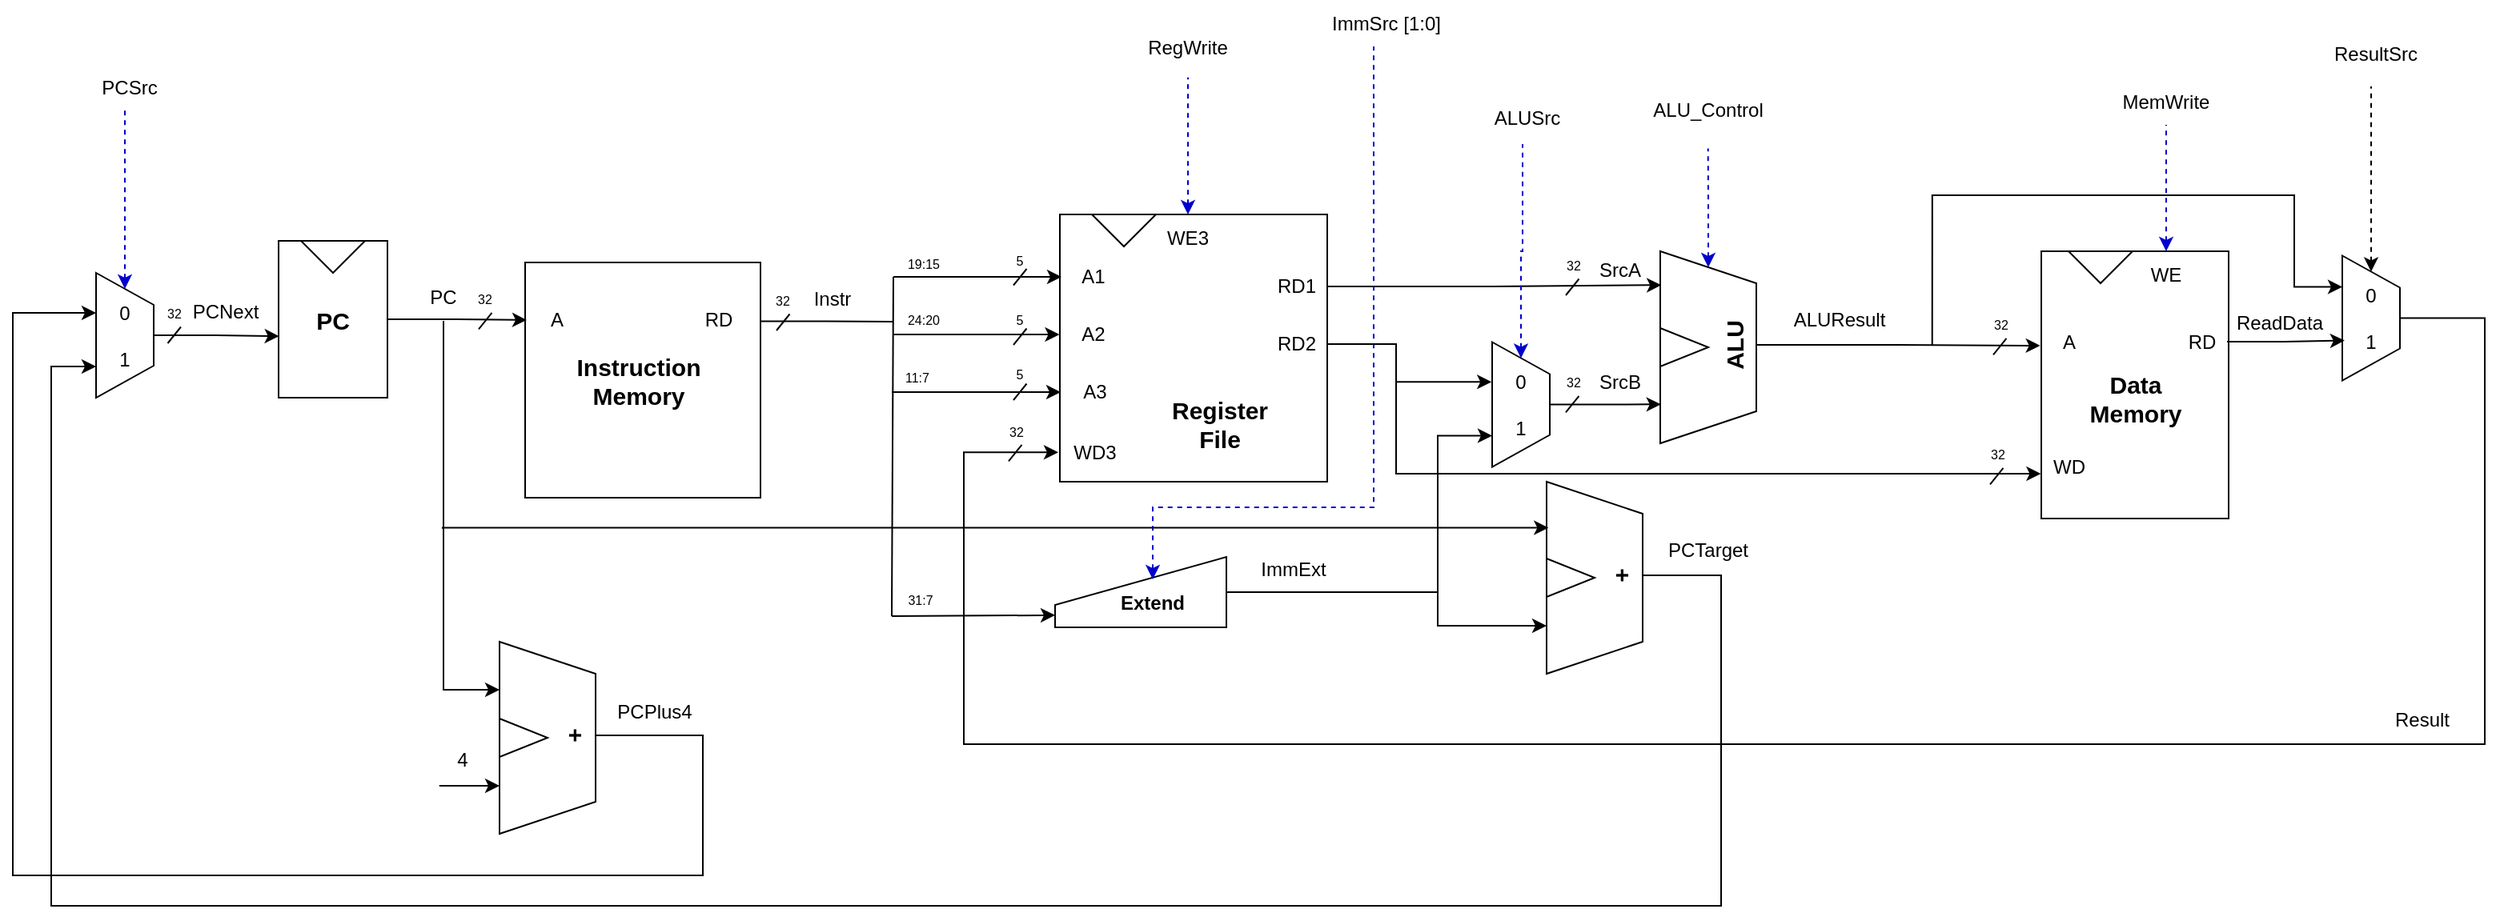
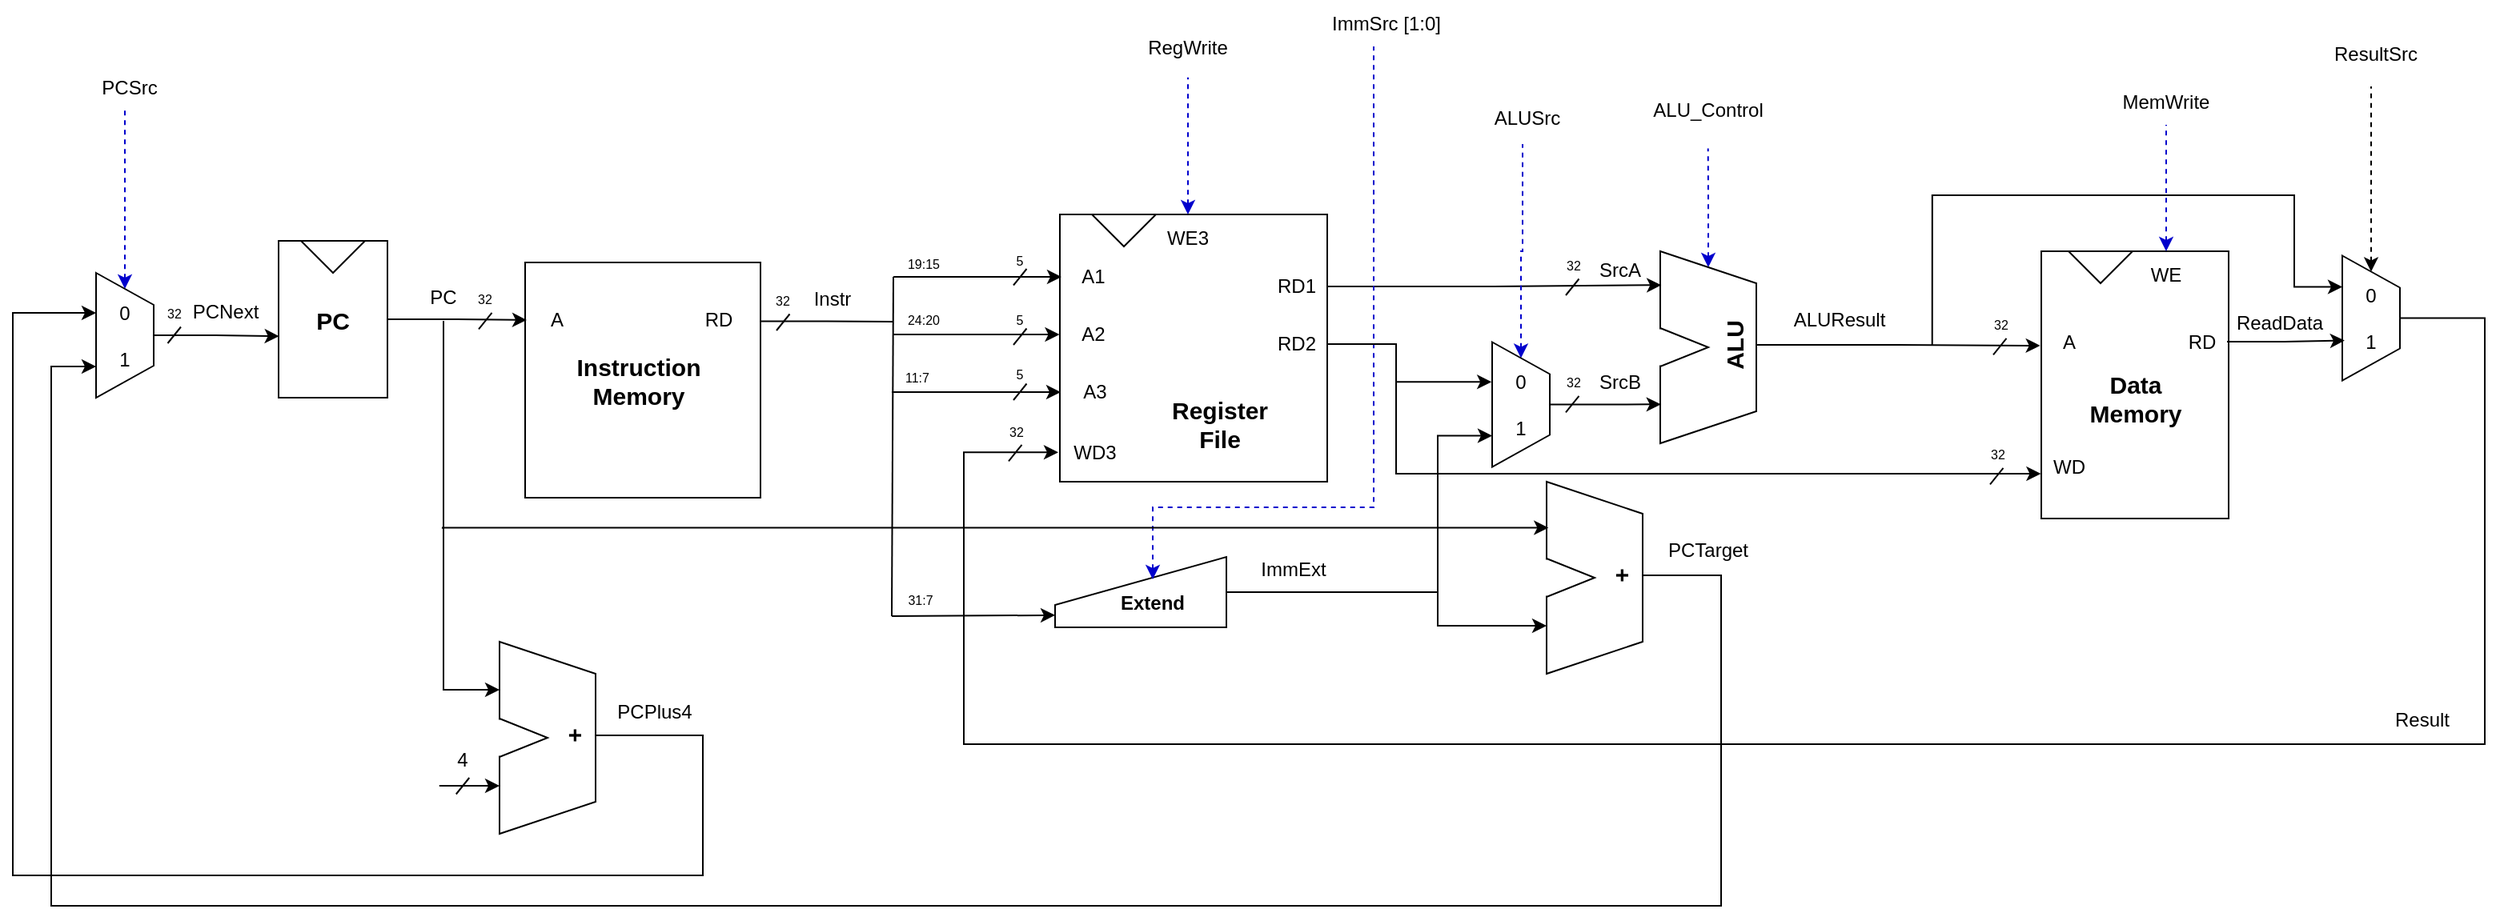
- <mxfile host="Electron" agent="Mozilla/5.0 (Windows NT 10.0; Win64; x64) AppleWebKit/537.36 (KHTML, like Gecko) draw.io/29.3.6 Chrome/140.0.7339.249 Electron/38.8.0 Safari/537.36" version="29.3.6">
+ <mxfile host="Electron" agent="Mozilla/5.0 (Windows NT 10.0; Win64; x64) AppleWebKit/537.36 (KHTML, like Gecko) draw.io/29.3.6 Chrome/140.0.7339.249 Electron/38.8.0 Safari/537.36">
  <diagram name="Page-1" id="OLErdfox9KnpW-KPDXab">
-     <mxGraphModel dx="766" dy="220" grid="0" gridSize="10" guides="1" tooltips="1" connect="1" arrows="1" fold="1" page="0" pageScale="1" pageWidth="2500" pageHeight="1500" math="0" shadow="0">
+     <mxGraphModel dx="926" dy="379" grid="1" gridSize="1" guides="1" tooltips="1" connect="1" arrows="1" fold="1" page="0" pageScale="1" pageWidth="2500" pageHeight="1500" math="0" shadow="0">
      <root>
        <mxCell id="0" />
        <mxCell id="1" parent="0" />
        <mxCell id="keleflHd92EnxNvwJJRL-112" parent="1" style="text;html=1;whiteSpace=wrap;strokeColor=none;fillColor=none;align=center;verticalAlign=middle;rounded=0;" value="&lt;font style=&quot;font-size: 8px;&quot;&gt;32&lt;/font&gt;" vertex="1">
          <mxGeometry height="30" width="60" x="-185" y="306.75" as="geometry" />
        </mxCell>
        <mxCell id="keleflHd92EnxNvwJJRL-108" parent="1" style="text;html=1;whiteSpace=wrap;strokeColor=none;fillColor=none;align=center;verticalAlign=middle;rounded=0;" value="&lt;font style=&quot;font-size: 8px;&quot;&gt;32&lt;/font&gt;" vertex="1">
          <mxGeometry height="30" width="60" x="195" y="298.5" as="geometry" />
        </mxCell>
        <mxCell id="keleflHd92EnxNvwJJRL-85" parent="1" style="text;html=1;whiteSpace=wrap;strokeColor=none;fillColor=none;align=center;verticalAlign=middle;rounded=0;" value="&lt;font style=&quot;font-size: 8px;&quot;&gt;32&lt;/font&gt;" vertex="1">
          <mxGeometry height="30" width="60" x="956" y="314" as="geometry" />
        </mxCell>
        <mxCell id="keleflHd92EnxNvwJJRL-56" parent="1" style="text;html=1;whiteSpace=wrap;strokeColor=none;fillColor=none;align=center;verticalAlign=middle;rounded=0;" value="&lt;font style=&quot;font-size: 8px;&quot;&gt;32&lt;/font&gt;" vertex="1">
          <mxGeometry height="30" width="60" x="341" y="380.5" as="geometry" />
        </mxCell>
        <mxCell id="keleflHd92EnxNvwJJRL-84" edge="1" parent="1" source="keleflHd92EnxNvwJJRL-132" style="edgeStyle=orthogonalEdgeStyle;rounded=0;orthogonalLoop=1;jettySize=auto;html=1;entryX=-0.006;entryY=0.89;entryDx=0;entryDy=0;entryPerimeter=0;exitX=0.5;exitY=0;exitDx=0;exitDy=0;" target="keleflHd92EnxNvwJJRL-1">
          <mxGeometry relative="1" as="geometry">
            <Array as="points">
              <mxPoint x="1288" y="326" />
              <mxPoint x="1288" y="592" />
              <mxPoint x="338" y="592" />
              <mxPoint x="338" y="410" />
            </Array>
            <mxPoint x="1288" y="485" as="sourcePoint" />
            <mxPoint x="394" y="409.25" as="targetPoint" />
          </mxGeometry>
        </mxCell>
        <mxCell id="keleflHd92EnxNvwJJRL-83" parent="1" style="text;html=1;whiteSpace=wrap;strokeColor=none;fillColor=none;align=center;verticalAlign=middle;rounded=0;" value="ALUResult" vertex="1">
          <mxGeometry height="30" width="60" x="855" y="311.5" as="geometry" />
        </mxCell>
        <mxCell id="keleflHd92EnxNvwJJRL-64" parent="1" style="text;html=1;whiteSpace=wrap;strokeColor=none;fillColor=none;align=center;verticalAlign=middle;rounded=0;" value="ImmExt" vertex="1">
          <mxGeometry height="30" width="60" x="514" y="468" as="geometry" />
        </mxCell>
        <mxCell id="keleflHd92EnxNvwJJRL-34" parent="1" style="text;html=1;whiteSpace=wrap;strokeColor=none;fillColor=none;align=center;verticalAlign=middle;rounded=0;" value="Instr" vertex="1">
          <mxGeometry height="30" width="60" x="226" y="298.5" as="geometry" />
        </mxCell>
        <mxCell id="keleflHd92EnxNvwJJRL-54" parent="1" style="text;html=1;whiteSpace=wrap;strokeColor=none;fillColor=none;align=center;verticalAlign=middle;rounded=0;" value="&lt;font style=&quot;font-size: 8px;&quot;&gt;5&lt;/font&gt;" vertex="1">
          <mxGeometry height="30" width="60" x="343" y="345.25" as="geometry" />
        </mxCell>
        <mxCell id="keleflHd92EnxNvwJJRL-52" parent="1" style="text;html=1;whiteSpace=wrap;strokeColor=none;fillColor=none;align=center;verticalAlign=middle;rounded=0;" value="&lt;font style=&quot;font-size: 8px;&quot;&gt;5&lt;/font&gt;" vertex="1">
          <mxGeometry height="30" width="60" x="343" y="310.75" as="geometry" />
        </mxCell>
        <mxCell id="keleflHd92EnxNvwJJRL-1" parent="1" style="whiteSpace=wrap;html=1;aspect=fixed;align=left;" value="" vertex="1">
          <mxGeometry height="167" width="167" x="398" y="261" as="geometry" />
        </mxCell>
        <mxCell id="keleflHd92EnxNvwJJRL-35" edge="1" parent="1" source="keleflHd92EnxNvwJJRL-2" style="edgeStyle=orthogonalEdgeStyle;rounded=0;orthogonalLoop=1;jettySize=auto;html=1;exitX=0;exitY=0.5;exitDx=0;exitDy=0;endArrow=none;endFill=0;startArrow=classic;startFill=1;">
          <mxGeometry relative="1" as="geometry">
            <mxPoint x="294" y="300" as="targetPoint" />
          </mxGeometry>
        </mxCell>
        <mxCell id="keleflHd92EnxNvwJJRL-2" parent="1" style="text;html=1;whiteSpace=wrap;strokeColor=none;fillColor=none;align=center;verticalAlign=middle;rounded=0;" value="A1" vertex="1">
          <mxGeometry height="30" width="40" x="399" y="285" as="geometry" />
        </mxCell>
        <mxCell id="keleflHd92EnxNvwJJRL-36" edge="1" parent="1" source="keleflHd92EnxNvwJJRL-3" style="edgeStyle=orthogonalEdgeStyle;rounded=0;orthogonalLoop=1;jettySize=auto;html=1;exitX=0;exitY=0.5;exitDx=0;exitDy=0;endArrow=none;endFill=0;startArrow=classic;startFill=1;">
          <mxGeometry relative="1" as="geometry">
            <mxPoint x="294" y="336" as="targetPoint" />
          </mxGeometry>
        </mxCell>
        <mxCell id="keleflHd92EnxNvwJJRL-3" parent="1" style="text;html=1;whiteSpace=wrap;strokeColor=none;fillColor=none;align=center;verticalAlign=middle;rounded=0;" value="A2" vertex="1">
          <mxGeometry height="30" width="42" x="397.75" y="321" as="geometry" />
        </mxCell>
        <mxCell id="keleflHd92EnxNvwJJRL-37" edge="1" parent="1" source="keleflHd92EnxNvwJJRL-4" style="edgeStyle=orthogonalEdgeStyle;rounded=0;orthogonalLoop=1;jettySize=auto;html=1;exitX=0;exitY=0.5;exitDx=0;exitDy=0;endArrow=none;endFill=0;startArrow=classic;startFill=1;">
          <mxGeometry relative="1" as="geometry">
            <mxPoint x="293" y="372" as="targetPoint" />
          </mxGeometry>
        </mxCell>
        <mxCell id="keleflHd92EnxNvwJJRL-4" parent="1" style="text;html=1;whiteSpace=wrap;strokeColor=none;fillColor=none;align=center;verticalAlign=middle;rounded=0;" value="A3" vertex="1">
          <mxGeometry height="30" width="42" x="398.5" y="357" as="geometry" />
        </mxCell>
        <mxCell id="keleflHd92EnxNvwJJRL-5" parent="1" style="text;html=1;whiteSpace=wrap;strokeColor=none;fillColor=none;align=center;verticalAlign=middle;rounded=0;" value="WD3" vertex="1">
          <mxGeometry height="30" width="42" x="398.5" y="395" as="geometry" />
        </mxCell>
        <mxCell id="keleflHd92EnxNvwJJRL-114" edge="1" parent="1" source="keleflHd92EnxNvwJJRL-7" style="edgeStyle=orthogonalEdgeStyle;rounded=0;orthogonalLoop=1;jettySize=auto;html=1;endArrow=none;endFill=0;startArrow=classic;startFill=1;dashed=1;strokeColor=#0000CC;">
          <mxGeometry relative="1" as="geometry">
            <mxPoint x="478" y="175.36170732214094" as="targetPoint" />
          </mxGeometry>
        </mxCell>
        <mxCell id="keleflHd92EnxNvwJJRL-7" parent="1" style="text;html=1;whiteSpace=wrap;strokeColor=none;fillColor=none;align=center;verticalAlign=middle;rounded=0;" value="WE3" vertex="1">
          <mxGeometry height="30" width="60" x="448" y="261" as="geometry" />
        </mxCell>
        <mxCell id="keleflHd92EnxNvwJJRL-8" parent="1" style="triangle;whiteSpace=wrap;html=1;direction=south;" value="" vertex="1">
          <mxGeometry height="20" width="40" x="418" y="261" as="geometry" />
        </mxCell>
        <mxCell id="keleflHd92EnxNvwJJRL-9" parent="1" style="text;html=1;whiteSpace=wrap;strokeColor=none;fillColor=none;align=center;verticalAlign=middle;rounded=0;" value="RD1" vertex="1">
          <mxGeometry height="30" width="38" x="527" y="291" as="geometry" />
        </mxCell>
        <mxCell id="keleflHd92EnxNvwJJRL-118" edge="1" parent="1" source="keleflHd92EnxNvwJJRL-10" style="edgeStyle=orthogonalEdgeStyle;rounded=0;orthogonalLoop=1;jettySize=auto;html=1;exitX=1;exitY=0.5;exitDx=0;exitDy=0;entryX=-0.01;entryY=0.616;entryDx=0;entryDy=0;entryPerimeter=0;" target="keleflHd92EnxNvwJJRL-26">
          <mxGeometry relative="1" as="geometry">
            <Array as="points">
              <mxPoint x="608" y="342" />
              <mxPoint x="608" y="423" />
              <mxPoint x="1011" y="423" />
            </Array>
          </mxGeometry>
        </mxCell>
        <mxCell id="keleflHd92EnxNvwJJRL-10" parent="1" style="text;html=1;whiteSpace=wrap;strokeColor=none;fillColor=none;align=center;verticalAlign=middle;rounded=0;" value="RD2" vertex="1">
          <mxGeometry height="30" width="38" x="527" y="327" as="geometry" />
        </mxCell>
        <mxCell id="keleflHd92EnxNvwJJRL-11" parent="1" style="text;html=1;whiteSpace=wrap;strokeColor=none;fillColor=none;align=center;verticalAlign=middle;rounded=0;" value="&lt;b&gt;&lt;font style=&quot;font-size: 15px;&quot;&gt;Register &lt;br&gt;File&lt;/font&gt;&lt;/b&gt;" vertex="1">
          <mxGeometry height="30" width="100" x="448" y="377" as="geometry" />
        </mxCell>
        <mxCell id="keleflHd92EnxNvwJJRL-33" edge="1" parent="1" source="keleflHd92EnxNvwJJRL-15" style="edgeStyle=orthogonalEdgeStyle;rounded=0;orthogonalLoop=1;jettySize=auto;html=1;exitX=1;exitY=0.25;exitDx=0;exitDy=0;endArrow=none;endFill=0;">
          <mxGeometry relative="1" as="geometry">
            <mxPoint x="294" y="328" as="targetPoint" />
          </mxGeometry>
        </mxCell>
        <mxCell id="keleflHd92EnxNvwJJRL-15" parent="1" style="whiteSpace=wrap;html=1;aspect=fixed;" value="" vertex="1">
          <mxGeometry height="147" width="147" x="64" y="291" as="geometry" />
        </mxCell>
        <mxCell id="keleflHd92EnxNvwJJRL-17" parent="1" style="text;html=1;whiteSpace=wrap;strokeColor=none;fillColor=none;align=center;verticalAlign=middle;rounded=0;" value="A" vertex="1">
          <mxGeometry height="30" width="38" x="65" y="312" as="geometry" />
        </mxCell>
        <mxCell id="keleflHd92EnxNvwJJRL-18" parent="1" style="text;html=1;whiteSpace=wrap;strokeColor=none;fillColor=none;align=center;verticalAlign=middle;rounded=0;" value="RD" vertex="1">
          <mxGeometry height="30" width="38" x="166" y="312" as="geometry" />
        </mxCell>
        <mxCell id="keleflHd92EnxNvwJJRL-19" parent="1" style="text;html=1;whiteSpace=wrap;strokeColor=none;fillColor=none;align=center;verticalAlign=middle;rounded=0;" value="&lt;b&gt;&lt;font style=&quot;font-size: 15px;&quot;&gt;Instruction&lt;br&gt;Memory&lt;/font&gt;&lt;/b&gt;" vertex="1">
          <mxGeometry height="30" width="100" x="84.5" y="350" as="geometry" />
        </mxCell>
        <mxCell id="keleflHd92EnxNvwJJRL-20" parent="1" style="rounded=0;whiteSpace=wrap;html=1;" value="" vertex="1">
          <mxGeometry height="167" width="117" x="1011" y="284" as="geometry" />
        </mxCell>
        <mxCell id="keleflHd92EnxNvwJJRL-119" edge="1" parent="1" source="keleflHd92EnxNvwJJRL-21" style="edgeStyle=orthogonalEdgeStyle;rounded=0;orthogonalLoop=1;jettySize=auto;html=1;exitX=0.5;exitY=0;exitDx=0;exitDy=0;endArrow=none;endFill=0;startArrow=classic;startFill=1;dashed=1;strokeColor=#0000CC;">
          <mxGeometry relative="1" as="geometry">
            <mxPoint x="1089" y="205" as="targetPoint" />
          </mxGeometry>
        </mxCell>
        <mxCell id="keleflHd92EnxNvwJJRL-21" parent="1" style="text;html=1;whiteSpace=wrap;strokeColor=none;fillColor=none;align=center;verticalAlign=middle;rounded=0;" value="WE" vertex="1">
          <mxGeometry height="30" width="60" x="1059" y="284" as="geometry" />
        </mxCell>
        <mxCell id="keleflHd92EnxNvwJJRL-22" parent="1" style="triangle;whiteSpace=wrap;html=1;direction=south;" value="" vertex="1">
          <mxGeometry height="20" width="40" x="1028" y="284" as="geometry" />
        </mxCell>
        <mxCell id="keleflHd92EnxNvwJJRL-23" parent="1" style="text;html=1;whiteSpace=wrap;strokeColor=none;fillColor=none;align=center;verticalAlign=middle;rounded=0;" value="RD" vertex="1">
          <mxGeometry height="30" width="31" x="1096" y="325.5" as="geometry" />
        </mxCell>
        <mxCell id="keleflHd92EnxNvwJJRL-24" parent="1" style="text;html=1;whiteSpace=wrap;strokeColor=none;fillColor=none;align=center;verticalAlign=middle;rounded=0;" value="A" vertex="1">
          <mxGeometry height="30" width="35" x="1011" y="325.5" as="geometry" />
        </mxCell>
        <mxCell id="keleflHd92EnxNvwJJRL-26" parent="1" style="text;html=1;whiteSpace=wrap;strokeColor=none;fillColor=none;align=center;verticalAlign=middle;rounded=0;" value="WD" vertex="1">
          <mxGeometry height="30" width="35" x="1011" y="404" as="geometry" />
        </mxCell>
        <mxCell id="keleflHd92EnxNvwJJRL-28" parent="1" style="text;html=1;whiteSpace=wrap;strokeColor=none;fillColor=none;align=center;verticalAlign=middle;rounded=0;" value="&lt;b&gt;&lt;font style=&quot;font-size: 15px;&quot;&gt;Data Memory&lt;/font&gt;&lt;/b&gt;" vertex="1">
          <mxGeometry height="30" width="60" x="1039.5" y="360.5" as="geometry" />
        </mxCell>
        <mxCell id="keleflHd92EnxNvwJJRL-31" edge="1" parent="1" source="keleflHd92EnxNvwJJRL-29" style="edgeStyle=orthogonalEdgeStyle;rounded=0;orthogonalLoop=1;jettySize=auto;html=1;exitX=1;exitY=0.5;exitDx=0;exitDy=0;entryX=0;entryY=0.5;entryDx=0;entryDy=0;" target="keleflHd92EnxNvwJJRL-17">
          <mxGeometry relative="1" as="geometry" />
        </mxCell>
        <mxCell id="keleflHd92EnxNvwJJRL-29" parent="1" style="rounded=0;whiteSpace=wrap;html=1;" value="&lt;b&gt;&lt;font style=&quot;font-size: 15px;&quot;&gt;PC&lt;/font&gt;&lt;/b&gt;" vertex="1">
          <mxGeometry height="98" width="68" x="-90" y="277.5" as="geometry" />
        </mxCell>
        <mxCell id="keleflHd92EnxNvwJJRL-30" parent="1" style="triangle;whiteSpace=wrap;html=1;direction=south;" value="" vertex="1">
          <mxGeometry height="20" width="40" x="-76" y="277.5" as="geometry" />
        </mxCell>
        <mxCell id="keleflHd92EnxNvwJJRL-101" edge="1" parent="1" source="keleflHd92EnxNvwJJRL-32" style="edgeStyle=orthogonalEdgeStyle;rounded=0;orthogonalLoop=1;jettySize=auto;html=1;exitX=0.5;exitY=1;exitDx=0;exitDy=0;entryX=0.25;entryY=1;entryDx=0;entryDy=0;" target="keleflHd92EnxNvwJJRL-96">
          <mxGeometry relative="1" as="geometry" />
        </mxCell>
        <mxCell id="keleflHd92EnxNvwJJRL-32" parent="1" style="text;html=1;whiteSpace=wrap;strokeColor=none;fillColor=none;align=center;verticalAlign=middle;rounded=0;" value="PC" vertex="1">
          <mxGeometry height="30" width="60" x="-17" y="297.5" as="geometry" />
        </mxCell>
        <mxCell id="keleflHd92EnxNvwJJRL-40" edge="1" parent="1" style="endArrow=none;html=1;rounded=0;" value="">
          <mxGeometry height="50" relative="1" width="50" as="geometry">
            <mxPoint x="293" y="512" as="sourcePoint" />
            <mxPoint x="294" y="300" as="targetPoint" />
          </mxGeometry>
        </mxCell>
        <mxCell id="keleflHd92EnxNvwJJRL-42" parent="1" style="text;html=1;whiteSpace=wrap;strokeColor=none;fillColor=none;align=center;verticalAlign=middle;rounded=0;" value="&lt;font style=&quot;font-size: 8px;&quot;&gt;5&lt;/font&gt;" vertex="1">
          <mxGeometry height="30" width="60" x="343" y="273.5" as="geometry" />
        </mxCell>
        <mxCell id="keleflHd92EnxNvwJJRL-46" edge="1" parent="1" style="endArrow=none;html=1;rounded=0;" value="">
          <mxGeometry height="50" relative="1" width="50" as="geometry">
            <mxPoint x="369" y="305.25" as="sourcePoint" />
            <mxPoint x="377.25" y="295" as="targetPoint" />
          </mxGeometry>
        </mxCell>
        <mxCell id="keleflHd92EnxNvwJJRL-53" edge="1" parent="1" style="endArrow=none;html=1;rounded=0;" value="">
          <mxGeometry height="50" relative="1" width="50" as="geometry">
            <mxPoint x="369" y="342.5" as="sourcePoint" />
            <mxPoint x="377.25" y="332.25" as="targetPoint" />
          </mxGeometry>
        </mxCell>
        <mxCell id="keleflHd92EnxNvwJJRL-55" edge="1" parent="1" style="endArrow=none;html=1;rounded=0;" value="">
          <mxGeometry height="50" relative="1" width="50" as="geometry">
            <mxPoint x="369" y="377" as="sourcePoint" />
            <mxPoint x="377.25" y="366.75" as="targetPoint" />
          </mxGeometry>
        </mxCell>
        <mxCell id="keleflHd92EnxNvwJJRL-57" edge="1" parent="1" style="endArrow=none;html=1;rounded=0;" value="">
          <mxGeometry height="50" relative="1" width="50" as="geometry">
            <mxPoint x="366" y="415.13" as="sourcePoint" />
            <mxPoint x="374.25" y="404.88" as="targetPoint" />
          </mxGeometry>
        </mxCell>
        <mxCell id="keleflHd92EnxNvwJJRL-58" parent="1" style="text;html=1;whiteSpace=wrap;strokeColor=none;fillColor=none;align=center;verticalAlign=middle;rounded=0;" value="&lt;font style=&quot;font-size: 8px;&quot;&gt;19:15&lt;/font&gt;" vertex="1">
          <mxGeometry height="30" width="60" x="283" y="276" as="geometry" />
        </mxCell>
        <mxCell id="keleflHd92EnxNvwJJRL-59" parent="1" style="text;html=1;whiteSpace=wrap;strokeColor=none;fillColor=none;align=center;verticalAlign=middle;rounded=0;" value="&lt;font style=&quot;font-size: 8px;&quot;&gt;24:20&lt;/font&gt;" vertex="1">
          <mxGeometry height="30" width="60" x="283" y="310.75" as="geometry" />
        </mxCell>
        <mxCell id="keleflHd92EnxNvwJJRL-63" edge="1" parent="1" source="keleflHd92EnxNvwJJRL-60" style="edgeStyle=orthogonalEdgeStyle;rounded=0;orthogonalLoop=1;jettySize=auto;html=1;exitX=1;exitY=0.5;exitDx=0;exitDy=0;entryX=0.75;entryY=1;entryDx=0;entryDy=0;" target="keleflHd92EnxNvwJJRL-125">
          <mxGeometry relative="1" as="geometry">
            <Array as="points">
              <mxPoint x="634" y="497" />
              <mxPoint x="634" y="399" />
            </Array>
            <mxPoint x="567.7647346047793" y="496.7647058823529" as="targetPoint" />
          </mxGeometry>
        </mxCell>
        <mxCell id="keleflHd92EnxNvwJJRL-60" parent="1" style="shape=manualInput;whiteSpace=wrap;html=1;" value="" vertex="1">
          <mxGeometry height="44" width="107" x="395" y="475" as="geometry" />
        </mxCell>
        <mxCell id="keleflHd92EnxNvwJJRL-62" edge="1" parent="1" style="endArrow=classic;html=1;rounded=0;entryX=0;entryY=0.828;entryDx=0;entryDy=0;entryPerimeter=0;" target="keleflHd92EnxNvwJJRL-60" value="">
          <mxGeometry height="50" relative="1" width="50" as="geometry">
            <mxPoint x="293" y="512" as="sourcePoint" />
            <mxPoint x="343" y="462" as="targetPoint" />
          </mxGeometry>
        </mxCell>
        <mxCell id="keleflHd92EnxNvwJJRL-116" edge="1" parent="1" source="keleflHd92EnxNvwJJRL-76" style="edgeStyle=orthogonalEdgeStyle;rounded=0;orthogonalLoop=1;jettySize=auto;html=1;exitX=0;exitY=0.5;exitDx=0;exitDy=0;endArrow=none;endFill=0;startArrow=classic;startFill=1;dashed=1;strokeColor=#0000CC;">
          <mxGeometry relative="1" as="geometry">
            <mxPoint x="802.8571428571429" y="219.7142769949777" as="targetPoint" />
          </mxGeometry>
        </mxCell>
        <mxCell id="keleflHd92EnxNvwJJRL-76" parent="1" style="shape=trapezoid;perimeter=trapezoidPerimeter;whiteSpace=wrap;html=1;fixedSize=1;direction=south;" value="" vertex="1">
          <mxGeometry height="120" width="60" x="773" y="284" as="geometry" />
        </mxCell>
        <mxCell id="keleflHd92EnxNvwJJRL-77" parent="1" style="triangle;whiteSpace=wrap;html=1;" value="" vertex="1">
          <mxGeometry height="24" width="30" x="773" y="332" as="geometry" />
        </mxCell>
        <mxCell id="keleflHd92EnxNvwJJRL-78" parent="1" style="text;html=1;whiteSpace=wrap;strokeColor=none;fillColor=none;align=center;verticalAlign=middle;rounded=0;" value="SrcA" vertex="1">
          <mxGeometry height="30" width="60" x="718" y="280.75" as="geometry" />
        </mxCell>
        <mxCell id="keleflHd92EnxNvwJJRL-79" edge="1" parent="1" source="keleflHd92EnxNvwJJRL-9" style="edgeStyle=orthogonalEdgeStyle;rounded=0;orthogonalLoop=1;jettySize=auto;html=1;exitX=1;exitY=0.5;exitDx=0;exitDy=0;entryX=0.176;entryY=0.99;entryDx=0;entryDy=0;entryPerimeter=0;" target="keleflHd92EnxNvwJJRL-76">
          <mxGeometry relative="1" as="geometry" />
        </mxCell>
        <mxCell id="keleflHd92EnxNvwJJRL-80" parent="1" style="text;html=1;whiteSpace=wrap;strokeColor=none;fillColor=none;align=center;verticalAlign=middle;rounded=0;" value="SrcB" vertex="1">
          <mxGeometry height="30" width="60" x="718" y="350.5" as="geometry" />
        </mxCell>
        <mxCell id="keleflHd92EnxNvwJJRL-82" edge="1" parent="1" source="keleflHd92EnxNvwJJRL-81" style="edgeStyle=orthogonalEdgeStyle;rounded=0;orthogonalLoop=1;jettySize=auto;html=1;exitX=0.5;exitY=0;exitDx=0;exitDy=0;entryX=-0.019;entryY=0.583;entryDx=0;entryDy=0;entryPerimeter=0;" target="keleflHd92EnxNvwJJRL-24">
          <mxGeometry relative="1" as="geometry">
            <mxPoint x="884" y="343" as="targetPoint" />
          </mxGeometry>
        </mxCell>
        <mxCell id="keleflHd92EnxNvwJJRL-81" parent="1" style="text;html=1;whiteSpace=wrap;strokeColor=none;fillColor=none;align=center;verticalAlign=middle;rounded=0;direction=west;rotation=270;" value="&lt;b&gt;&lt;font style=&quot;font-size: 15px;&quot;&gt;ALU&lt;/font&gt;&lt;/b&gt;" vertex="1">
          <mxGeometry height="30" width="61" x="788" y="327.5" as="geometry" />
        </mxCell>
        <mxCell id="keleflHd92EnxNvwJJRL-86" edge="1" parent="1" style="endArrow=none;html=1;rounded=0;" value="">
          <mxGeometry height="50" relative="1" width="50" as="geometry">
            <mxPoint x="981" y="348.63" as="sourcePoint" />
            <mxPoint x="989.25" y="338.38" as="targetPoint" />
          </mxGeometry>
        </mxCell>
        <mxCell id="keleflHd92EnxNvwJJRL-87" parent="1" style="text;html=1;whiteSpace=wrap;strokeColor=none;fillColor=none;align=center;verticalAlign=middle;rounded=0;" value="&lt;font style=&quot;font-size: 8px;&quot;&gt;32&lt;/font&gt;" vertex="1">
          <mxGeometry height="30" width="60" x="689" y="276.87" as="geometry" />
        </mxCell>
        <mxCell id="keleflHd92EnxNvwJJRL-88" edge="1" parent="1" style="endArrow=none;html=1;rounded=0;" value="">
          <mxGeometry height="50" relative="1" width="50" as="geometry">
            <mxPoint x="714" y="311.5" as="sourcePoint" />
            <mxPoint x="722.25" y="301.25" as="targetPoint" />
          </mxGeometry>
        </mxCell>
        <mxCell id="keleflHd92EnxNvwJJRL-89" parent="1" style="text;html=1;whiteSpace=wrap;strokeColor=none;fillColor=none;align=center;verticalAlign=middle;rounded=0;" value="&lt;font style=&quot;font-size: 8px;&quot;&gt;32&lt;/font&gt;" vertex="1">
          <mxGeometry height="30" width="60" x="689" y="350" as="geometry" />
        </mxCell>
        <mxCell id="keleflHd92EnxNvwJJRL-90" edge="1" parent="1" style="endArrow=none;html=1;rounded=0;" value="">
          <mxGeometry height="50" relative="1" width="50" as="geometry">
            <mxPoint x="714" y="384.63" as="sourcePoint" />
            <mxPoint x="722.25" y="374.38" as="targetPoint" />
          </mxGeometry>
        </mxCell>
        <mxCell id="keleflHd92EnxNvwJJRL-94" parent="1" style="text;html=1;whiteSpace=wrap;strokeColor=none;fillColor=none;align=center;verticalAlign=middle;rounded=0;" value="&lt;font style=&quot;font-size: 8px;&quot;&gt;31:7&lt;/font&gt;" vertex="1">
          <mxGeometry height="30" width="60" x="281" y="486" as="geometry" />
        </mxCell>
        <mxCell id="keleflHd92EnxNvwJJRL-95" parent="1" style="text;html=1;whiteSpace=wrap;strokeColor=none;fillColor=none;align=center;verticalAlign=middle;rounded=0;" value="&lt;font style=&quot;font-size: 8px;&quot;&gt;11:7&lt;/font&gt;" vertex="1">
          <mxGeometry height="30" width="60" x="279" y="347" as="geometry" />
        </mxCell>
        <mxCell id="keleflHd92EnxNvwJJRL-104" edge="1" parent="1" source="keleflHd92EnxNvwJJRL-96" style="edgeStyle=orthogonalEdgeStyle;rounded=0;orthogonalLoop=1;jettySize=auto;html=1;exitX=0.75;exitY=1;exitDx=0;exitDy=0;endArrow=none;endFill=0;startArrow=classic;startFill=1;">
          <mxGeometry relative="1" as="geometry">
            <mxPoint x="10.368421052631675" y="617.8421052631579" as="targetPoint" />
          </mxGeometry>
        </mxCell>
        <mxCell id="keleflHd92EnxNvwJJRL-96" parent="1" style="shape=trapezoid;perimeter=trapezoidPerimeter;whiteSpace=wrap;html=1;fixedSize=1;direction=south;" value="" vertex="1">
          <mxGeometry height="120" width="60" x="48" y="528" as="geometry" />
        </mxCell>
        <mxCell id="keleflHd92EnxNvwJJRL-97" parent="1" style="triangle;whiteSpace=wrap;html=1;" value="" vertex="1">
          <mxGeometry height="24" width="30" x="48" y="576" as="geometry" />
        </mxCell>
        <mxCell id="keleflHd92EnxNvwJJRL-102" edge="1" parent="1" source="keleflHd92EnxNvwJJRL-98" style="edgeStyle=orthogonalEdgeStyle;rounded=0;orthogonalLoop=1;jettySize=auto;html=1;entryX=0.321;entryY=1;entryDx=0;entryDy=0;exitX=0.5;exitY=0;exitDx=0;exitDy=0;entryPerimeter=0;" target="keleflHd92EnxNvwJJRL-145">
          <mxGeometry relative="1" as="geometry">
            <Array as="points">
              <mxPoint x="175" y="587" />
              <mxPoint x="175" y="674" />
              <mxPoint x="-256" y="674" />
              <mxPoint x="-256" y="323" />
            </Array>
            <mxPoint x="157" y="598" as="sourcePoint" />
          </mxGeometry>
        </mxCell>
        <mxCell id="keleflHd92EnxNvwJJRL-98" parent="1" style="text;html=1;whiteSpace=wrap;strokeColor=none;fillColor=none;align=center;verticalAlign=middle;rounded=0;direction=west;rotation=270;" value="&lt;b&gt;&lt;font style=&quot;font-size: 15px;&quot;&gt;+&lt;/font&gt;&lt;/b&gt;" vertex="1">
          <mxGeometry height="30" width="61" x="63" y="571.5" as="geometry" />
        </mxCell>
        <mxCell id="keleflHd92EnxNvwJJRL-103" parent="1" style="text;html=1;whiteSpace=wrap;strokeColor=none;fillColor=none;align=center;verticalAlign=middle;rounded=0;" value="PCNext" vertex="1">
          <mxGeometry height="30" width="60" x="-153" y="306.87" as="geometry" />
        </mxCell>
        <mxCell id="keleflHd92EnxNvwJJRL-105" parent="1" style="text;html=1;whiteSpace=wrap;strokeColor=none;fillColor=none;align=center;verticalAlign=middle;rounded=0;" value="4" vertex="1">
          <mxGeometry height="30" width="60" x="-5" y="587" as="geometry" />
        </mxCell>
        <mxCell id="keleflHd92EnxNvwJJRL-106" parent="1" style="text;html=1;whiteSpace=wrap;strokeColor=none;fillColor=none;align=center;verticalAlign=middle;rounded=0;" value="PCPlus4" vertex="1">
          <mxGeometry height="30" width="60" x="115" y="557" as="geometry" />
        </mxCell>
        <mxCell id="keleflHd92EnxNvwJJRL-109" edge="1" parent="1" style="endArrow=none;html=1;rounded=0;" value="">
          <mxGeometry height="50" relative="1" width="50" as="geometry">
            <mxPoint x="221" y="333.5" as="sourcePoint" />
            <mxPoint x="229.25" y="323.25" as="targetPoint" />
          </mxGeometry>
        </mxCell>
        <mxCell id="keleflHd92EnxNvwJJRL-110" parent="1" style="text;html=1;whiteSpace=wrap;strokeColor=none;fillColor=none;align=center;verticalAlign=middle;rounded=0;" value="&lt;font style=&quot;font-size: 8px;&quot;&gt;32&lt;/font&gt;" vertex="1">
          <mxGeometry height="30" width="60" x="9" y="297.5" as="geometry" />
        </mxCell>
        <mxCell id="keleflHd92EnxNvwJJRL-111" edge="1" parent="1" style="endArrow=none;html=1;rounded=0;" value="">
          <mxGeometry height="50" relative="1" width="50" as="geometry">
            <mxPoint x="35" y="332.63" as="sourcePoint" />
            <mxPoint x="43.25" y="322.38" as="targetPoint" />
          </mxGeometry>
        </mxCell>
        <mxCell id="keleflHd92EnxNvwJJRL-115" parent="1" style="text;html=1;whiteSpace=wrap;strokeColor=none;fillColor=none;align=center;verticalAlign=middle;rounded=0;" value="RegWrite" vertex="1">
          <mxGeometry height="30" width="60" x="448" y="142" as="geometry" />
        </mxCell>
        <mxCell id="keleflHd92EnxNvwJJRL-117" parent="1" style="text;html=1;whiteSpace=wrap;strokeColor=none;fillColor=none;align=center;verticalAlign=middle;rounded=0;" value="ALU_Control" vertex="1">
          <mxGeometry height="30" width="60" x="773" y="181" as="geometry" />
        </mxCell>
        <mxCell id="keleflHd92EnxNvwJJRL-120" parent="1" style="text;html=1;whiteSpace=wrap;strokeColor=none;fillColor=none;align=center;verticalAlign=middle;rounded=0;" value="MemWrite" vertex="1">
          <mxGeometry height="30" width="60" x="1059" y="176" as="geometry" />
        </mxCell>
        <mxCell id="keleflHd92EnxNvwJJRL-123" edge="1" parent="1" source="keleflHd92EnxNvwJJRL-122" style="edgeStyle=orthogonalEdgeStyle;rounded=0;orthogonalLoop=1;jettySize=auto;html=1;exitX=0.5;exitY=0;exitDx=0;exitDy=0;endArrow=none;endFill=0;startArrow=classic;startFill=1;dashed=1;strokeColor=#0000CC;">
          <mxGeometry relative="1" as="geometry">
            <Array as="points">
              <mxPoint x="456" y="444" />
              <mxPoint x="594" y="444" />
            </Array>
            <mxPoint x="594" y="156" as="targetPoint" />
          </mxGeometry>
        </mxCell>
        <mxCell id="keleflHd92EnxNvwJJRL-122" parent="1" style="text;html=1;whiteSpace=wrap;strokeColor=none;fillColor=none;align=center;verticalAlign=middle;rounded=0;" value="&lt;b&gt;&lt;font&gt;Extend&lt;/font&gt;&lt;/b&gt;" vertex="1">
          <mxGeometry height="30" width="60" x="426" y="489" as="geometry" />
        </mxCell>
        <mxCell id="keleflHd92EnxNvwJJRL-124" parent="1" style="text;html=1;whiteSpace=wrap;strokeColor=none;fillColor=none;align=center;verticalAlign=middle;rounded=0;" value="ImmSrc [1:0]" vertex="1">
          <mxGeometry height="30" width="74" x="565" y="127" as="geometry" />
        </mxCell>
        <mxCell id="keleflHd92EnxNvwJJRL-129" edge="1" parent="1" source="keleflHd92EnxNvwJJRL-125" style="edgeStyle=orthogonalEdgeStyle;rounded=0;orthogonalLoop=1;jettySize=auto;html=1;exitX=0;exitY=0.5;exitDx=0;exitDy=0;endArrow=none;endFill=0;startArrow=classic;startFill=1;dashed=1;strokeColor=#0000CC;">
          <mxGeometry relative="1" as="geometry">
            <Array as="points">
              <mxPoint x="686" y="284" />
              <mxPoint x="687" y="284" />
              <mxPoint x="687" y="226" />
            </Array>
            <mxPoint x="687" y="217" as="targetPoint" />
          </mxGeometry>
        </mxCell>
        <mxCell id="keleflHd92EnxNvwJJRL-125" parent="1" style="shape=trapezoid;perimeter=trapezoidPerimeter;whiteSpace=wrap;html=1;fixedSize=1;direction=south;" value="0&lt;div&gt;&lt;br&gt;&lt;/div&gt;&lt;div&gt;1&lt;/div&gt;" vertex="1">
          <mxGeometry height="78" width="36" x="668" y="340.75" as="geometry" />
        </mxCell>
        <mxCell id="keleflHd92EnxNvwJJRL-127" edge="1" parent="1" source="keleflHd92EnxNvwJJRL-125" style="edgeStyle=orthogonalEdgeStyle;rounded=0;orthogonalLoop=1;jettySize=auto;html=1;exitX=0.5;exitY=0;exitDx=0;exitDy=0;entryX=0.923;entryY=0.972;entryDx=0;entryDy=0;entryPerimeter=0;" target="keleflHd92EnxNvwJJRL-80">
          <mxGeometry relative="1" as="geometry">
            <Array as="points">
              <mxPoint x="724" y="380" />
              <mxPoint x="773" y="380" />
            </Array>
            <mxPoint x="766" y="380" as="targetPoint" />
          </mxGeometry>
        </mxCell>
        <mxCell id="keleflHd92EnxNvwJJRL-128" edge="1" parent="1" source="keleflHd92EnxNvwJJRL-10" style="edgeStyle=orthogonalEdgeStyle;rounded=0;orthogonalLoop=1;jettySize=auto;html=1;exitX=1;exitY=0.5;exitDx=0;exitDy=0;entryX=0.319;entryY=1.011;entryDx=0;entryDy=0;entryPerimeter=0;" target="keleflHd92EnxNvwJJRL-125">
          <mxGeometry relative="1" as="geometry">
            <Array as="points">
              <mxPoint x="608" y="342" />
              <mxPoint x="608" y="366" />
            </Array>
          </mxGeometry>
        </mxCell>
        <mxCell id="keleflHd92EnxNvwJJRL-130" parent="1" style="text;html=1;whiteSpace=wrap;strokeColor=none;fillColor=none;align=center;verticalAlign=middle;rounded=0;" value="ALUSrc" vertex="1">
          <mxGeometry height="30" width="60" x="660" y="186" as="geometry" />
        </mxCell>
        <mxCell id="keleflHd92EnxNvwJJRL-134" edge="1" parent="1" source="keleflHd92EnxNvwJJRL-132" style="edgeStyle=orthogonalEdgeStyle;rounded=0;orthogonalLoop=1;jettySize=auto;html=1;exitX=0.25;exitY=1;exitDx=0;exitDy=0;endArrow=none;endFill=0;startArrow=classic;startFill=1;">
          <mxGeometry relative="1" as="geometry">
            <Array as="points">
              <mxPoint x="1169" y="306" />
              <mxPoint x="1169" y="249" />
              <mxPoint x="943" y="249" />
            </Array>
            <mxPoint x="942.8572126116073" y="343.0000435965402" as="targetPoint" />
          </mxGeometry>
        </mxCell>
        <mxCell id="ZXEBMu2A81YRQGAvMfn_-1" edge="1" parent="1" source="keleflHd92EnxNvwJJRL-132" style="edgeStyle=orthogonalEdgeStyle;rounded=0;orthogonalLoop=1;jettySize=auto;html=1;exitX=0;exitY=0.5;exitDx=0;exitDy=0;endArrow=none;endFill=0;startArrow=classic;startFill=1;dashed=1;">
          <mxGeometry relative="1" as="geometry">
            <mxPoint x="1217" y="180.9999624399038" as="targetPoint" />
          </mxGeometry>
        </mxCell>
        <mxCell id="keleflHd92EnxNvwJJRL-132" parent="1" style="shape=trapezoid;perimeter=trapezoidPerimeter;whiteSpace=wrap;html=1;fixedSize=1;direction=south;" value="0&lt;div&gt;&lt;br&gt;&lt;/div&gt;&lt;div&gt;1&lt;/div&gt;" vertex="1">
          <mxGeometry height="78" width="36" x="1199" y="286.75" as="geometry" />
        </mxCell>
        <mxCell id="keleflHd92EnxNvwJJRL-133" parent="1" style="text;html=1;whiteSpace=wrap;strokeColor=none;fillColor=none;align=center;verticalAlign=middle;rounded=0;" value="Result" vertex="1">
          <mxGeometry height="30" width="60" x="1219" y="562" as="geometry" />
        </mxCell>
        <mxCell id="keleflHd92EnxNvwJJRL-135" edge="1" parent="1" source="keleflHd92EnxNvwJJRL-23" style="edgeStyle=orthogonalEdgeStyle;rounded=0;orthogonalLoop=1;jettySize=auto;html=1;exitX=1;exitY=0.5;exitDx=0;exitDy=0;entryX=0.68;entryY=0.96;entryDx=0;entryDy=0;entryPerimeter=0;" target="keleflHd92EnxNvwJJRL-132">
          <mxGeometry relative="1" as="geometry" />
        </mxCell>
        <mxCell id="keleflHd92EnxNvwJJRL-136" parent="1" style="text;html=1;whiteSpace=wrap;strokeColor=none;fillColor=none;align=center;verticalAlign=middle;rounded=0;" value="ReadData" vertex="1">
          <mxGeometry height="30" width="60" x="1130" y="314" as="geometry" />
        </mxCell>
        <mxCell id="keleflHd92EnxNvwJJRL-137" parent="1" style="text;html=1;whiteSpace=wrap;strokeColor=none;fillColor=none;align=center;verticalAlign=middle;rounded=0;" value="&lt;font style=&quot;font-size: 8px;&quot;&gt;32&lt;/font&gt;" vertex="1">
          <mxGeometry height="30" width="60" x="954" y="395" as="geometry" />
        </mxCell>
        <mxCell id="keleflHd92EnxNvwJJRL-138" edge="1" parent="1" style="endArrow=none;html=1;rounded=0;" value="">
          <mxGeometry height="50" relative="1" width="50" as="geometry">
            <mxPoint x="979" y="429.63" as="sourcePoint" />
            <mxPoint x="987.25" y="419.38" as="targetPoint" />
          </mxGeometry>
        </mxCell>
        <mxCell id="keleflHd92EnxNvwJJRL-139" edge="1" parent="1" source="keleflHd92EnxNvwJJRL-140" style="edgeStyle=orthogonalEdgeStyle;rounded=0;orthogonalLoop=1;jettySize=auto;html=1;exitX=0.75;exitY=1;exitDx=0;exitDy=0;endArrow=none;endFill=0;startArrow=classic;startFill=1;">
          <mxGeometry relative="1" as="geometry">
            <Array as="points">
              <mxPoint x="634" y="518" />
            </Array>
            <mxPoint x="634" y="497" as="targetPoint" />
          </mxGeometry>
        </mxCell>
        <mxCell id="keleflHd92EnxNvwJJRL-140" parent="1" style="shape=trapezoid;perimeter=trapezoidPerimeter;whiteSpace=wrap;html=1;fixedSize=1;direction=south;" value="" vertex="1">
          <mxGeometry height="120" width="60" x="702" y="428" as="geometry" />
        </mxCell>
        <mxCell id="keleflHd92EnxNvwJJRL-141" parent="1" style="triangle;whiteSpace=wrap;html=1;" value="" vertex="1">
          <mxGeometry height="24" width="30" x="702" y="476" as="geometry" />
        </mxCell>
        <mxCell id="keleflHd92EnxNvwJJRL-150" edge="1" parent="1" source="keleflHd92EnxNvwJJRL-142" style="edgeStyle=orthogonalEdgeStyle;rounded=0;orthogonalLoop=1;jettySize=auto;html=1;exitX=0.5;exitY=0;exitDx=0;exitDy=0;entryX=0.75;entryY=1;entryDx=0;entryDy=0;" target="keleflHd92EnxNvwJJRL-145">
          <mxGeometry relative="1" as="geometry">
            <Array as="points">
              <mxPoint x="811" y="487" />
              <mxPoint x="811" y="693" />
              <mxPoint x="-232" y="693" />
              <mxPoint x="-232" y="356" />
            </Array>
          </mxGeometry>
        </mxCell>
        <mxCell id="keleflHd92EnxNvwJJRL-142" parent="1" style="text;html=1;whiteSpace=wrap;strokeColor=none;fillColor=none;align=center;verticalAlign=middle;rounded=0;direction=west;rotation=270;" value="&lt;b&gt;&lt;font style=&quot;font-size: 15px;&quot;&gt;+&lt;/font&gt;&lt;/b&gt;" vertex="1">
          <mxGeometry height="30" width="61" x="717" y="471.5" as="geometry" />
        </mxCell>
        <mxCell id="keleflHd92EnxNvwJJRL-144" edge="1" parent="1" source="keleflHd92EnxNvwJJRL-140" style="edgeStyle=orthogonalEdgeStyle;rounded=0;orthogonalLoop=1;jettySize=auto;html=1;exitX=0.24;exitY=0.981;exitDx=0;exitDy=0;endArrow=none;endFill=0;startArrow=classic;startFill=1;exitPerimeter=0;">
          <mxGeometry relative="1" as="geometry">
            <Array as="points">
              <mxPoint x="12" y="457" />
            </Array>
            <mxPoint x="702" y="452.96" as="sourcePoint" />
            <mxPoint x="13" y="457" as="targetPoint" />
          </mxGeometry>
        </mxCell>
        <mxCell id="keleflHd92EnxNvwJJRL-146" edge="1" parent="1" source="keleflHd92EnxNvwJJRL-145" style="edgeStyle=orthogonalEdgeStyle;rounded=0;orthogonalLoop=1;jettySize=auto;html=1;exitX=0;exitY=0.5;exitDx=0;exitDy=0;endArrow=none;endFill=0;dashed=1;startArrow=classic;startFill=1;strokeColor=#0000CC;">
          <mxGeometry relative="1" as="geometry">
            <Array as="points">
              <mxPoint x="-186" y="196" />
            </Array>
            <mxPoint x="-185" y="196" as="targetPoint" />
          </mxGeometry>
        </mxCell>
        <mxCell id="keleflHd92EnxNvwJJRL-145" parent="1" style="shape=trapezoid;perimeter=trapezoidPerimeter;whiteSpace=wrap;html=1;fixedSize=1;direction=south;" value="0&lt;div&gt;&lt;br&gt;&lt;/div&gt;&lt;div&gt;1&lt;/div&gt;" vertex="1">
          <mxGeometry height="78" width="36" x="-204" y="297.5" as="geometry" />
        </mxCell>
        <mxCell id="keleflHd92EnxNvwJJRL-147" parent="1" style="text;html=1;whiteSpace=wrap;strokeColor=none;fillColor=none;align=center;verticalAlign=middle;rounded=0;" value="PCSrc" vertex="1">
          <mxGeometry height="30" width="60" x="-213" y="167" as="geometry" />
        </mxCell>
        <mxCell id="keleflHd92EnxNvwJJRL-148" edge="1" parent="1" source="keleflHd92EnxNvwJJRL-145" style="edgeStyle=orthogonalEdgeStyle;rounded=0;orthogonalLoop=1;jettySize=auto;html=1;exitX=0.5;exitY=0;exitDx=0;exitDy=0;entryX=0.005;entryY=0.608;entryDx=0;entryDy=0;entryPerimeter=0;" target="keleflHd92EnxNvwJJRL-29">
          <mxGeometry relative="1" as="geometry">
            <mxPoint x="-99.27199999999993" y="336.506" as="targetPoint" />
          </mxGeometry>
        </mxCell>
        <mxCell id="keleflHd92EnxNvwJJRL-149" edge="1" parent="1" style="endArrow=none;html=1;rounded=0;" value="">
          <mxGeometry height="50" relative="1" width="50" as="geometry">
            <mxPoint x="-159.25" y="341.5" as="sourcePoint" />
            <mxPoint x="-151" y="331.25" as="targetPoint" />
          </mxGeometry>
        </mxCell>
        <mxCell id="keleflHd92EnxNvwJJRL-151" parent="1" style="text;html=1;whiteSpace=wrap;strokeColor=none;fillColor=none;align=center;verticalAlign=middle;rounded=0;" value="PCTarget" vertex="1">
          <mxGeometry height="30" width="60" x="773" y="456" as="geometry" />
        </mxCell>
        <mxCell id="ZXEBMu2A81YRQGAvMfn_-2" parent="1" style="text;html=1;whiteSpace=wrap;strokeColor=none;fillColor=none;align=center;verticalAlign=middle;rounded=0;" value="ResultSrc" vertex="1">
          <mxGeometry height="30" width="60" x="1190" y="146" as="geometry" />
        </mxCell>
+         <mxCell id="7M9j24hqpt6gETuNBWhz-1" edge="1" parent="1" style="endArrow=none;html=1;rounded=0;" value="">
+           <mxGeometry height="50" relative="1" width="50" as="geometry">
+             <mxPoint x="20.880000000000003" y="623.25" as="sourcePoint" />
+             <mxPoint x="29.130000000000003" y="613" as="targetPoint" />
+           </mxGeometry>
+         </mxCell>
+         <mxCell id="7M9j24hqpt6gETuNBWhz-3" edge="1" parent="1" style="endArrow=none;html=1;rounded=0;strokeColor=#FFFFFF;" value="">
+           <mxGeometry height="50" relative="1" width="50" as="geometry">
+             <mxPoint x="48" y="599.25" as="sourcePoint" />
+             <mxPoint x="48" y="576.75" as="targetPoint" />
+           </mxGeometry>
+         </mxCell>
+         <mxCell id="7M9j24hqpt6gETuNBWhz-5" edge="1" parent="1" style="endArrow=none;html=1;rounded=0;strokeColor=#FFFFFF;" value="">
+           <mxGeometry height="50" relative="1" width="50" as="geometry">
+             <mxPoint x="702" y="499.25" as="sourcePoint" />
+             <mxPoint x="702" y="476.75" as="targetPoint" />
+           </mxGeometry>
+         </mxCell>
+         <mxCell id="7M9j24hqpt6gETuNBWhz-6" edge="1" parent="1" style="endArrow=none;html=1;rounded=0;strokeColor=#FFFFFF;" value="">
+           <mxGeometry height="50" relative="1" width="50" as="geometry">
+             <mxPoint x="773" y="355.25" as="sourcePoint" />
+             <mxPoint x="773" y="332.75" as="targetPoint" />
+           </mxGeometry>
+         </mxCell>
      </root>
    </mxGraphModel>
  </diagram>
</mxfile>
